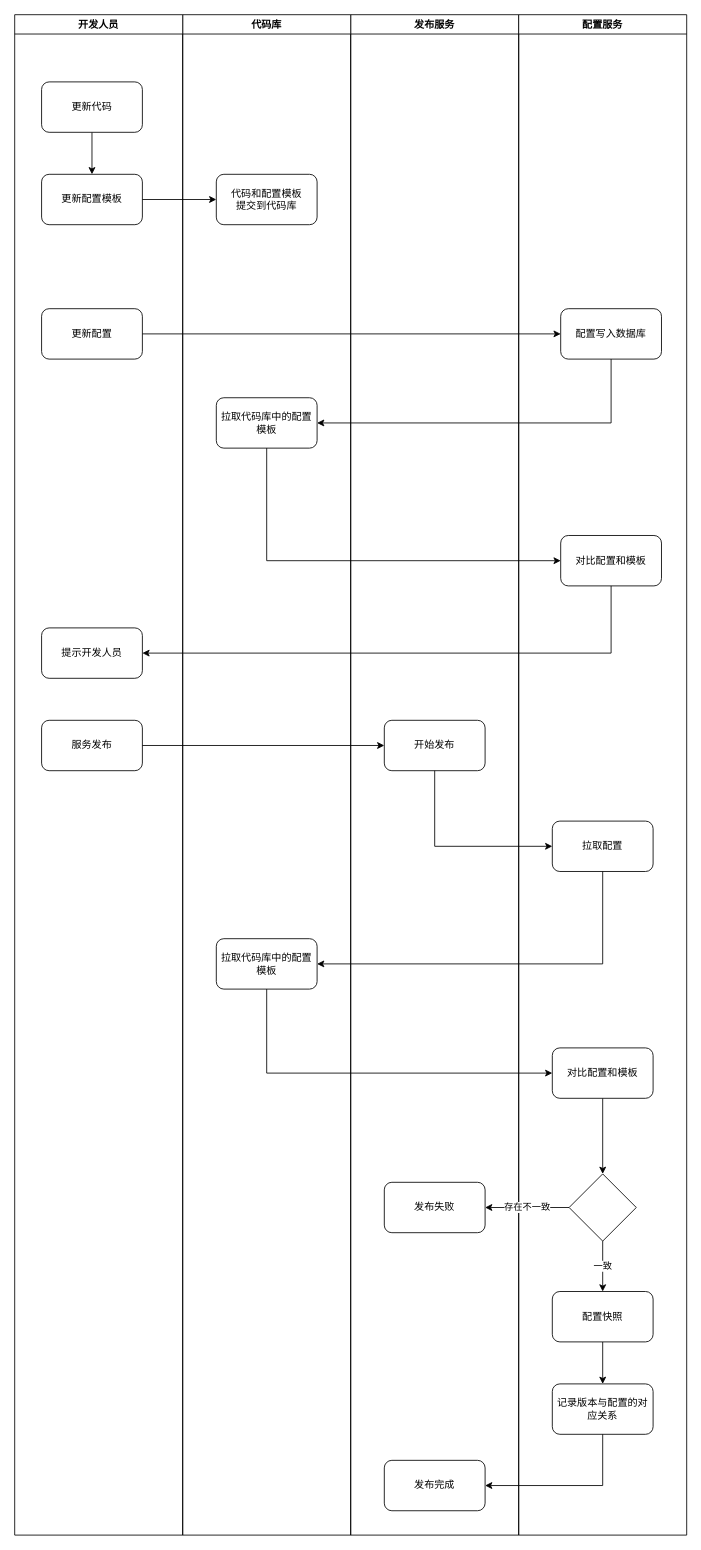
Earlier version of the draw.io diagram page "第 8 页" (8 of 8) of eda_platform.drawio (kwhitestone/drawio). Source tidied: cells renumbered, new cells numbered last; positions are measured from the earlier drawing's top-left corner, leaving out a move shared by most shapes. Both pictures are drawn from the tidied source at 84%, with x=0, y=0 at pixel (14, 14).
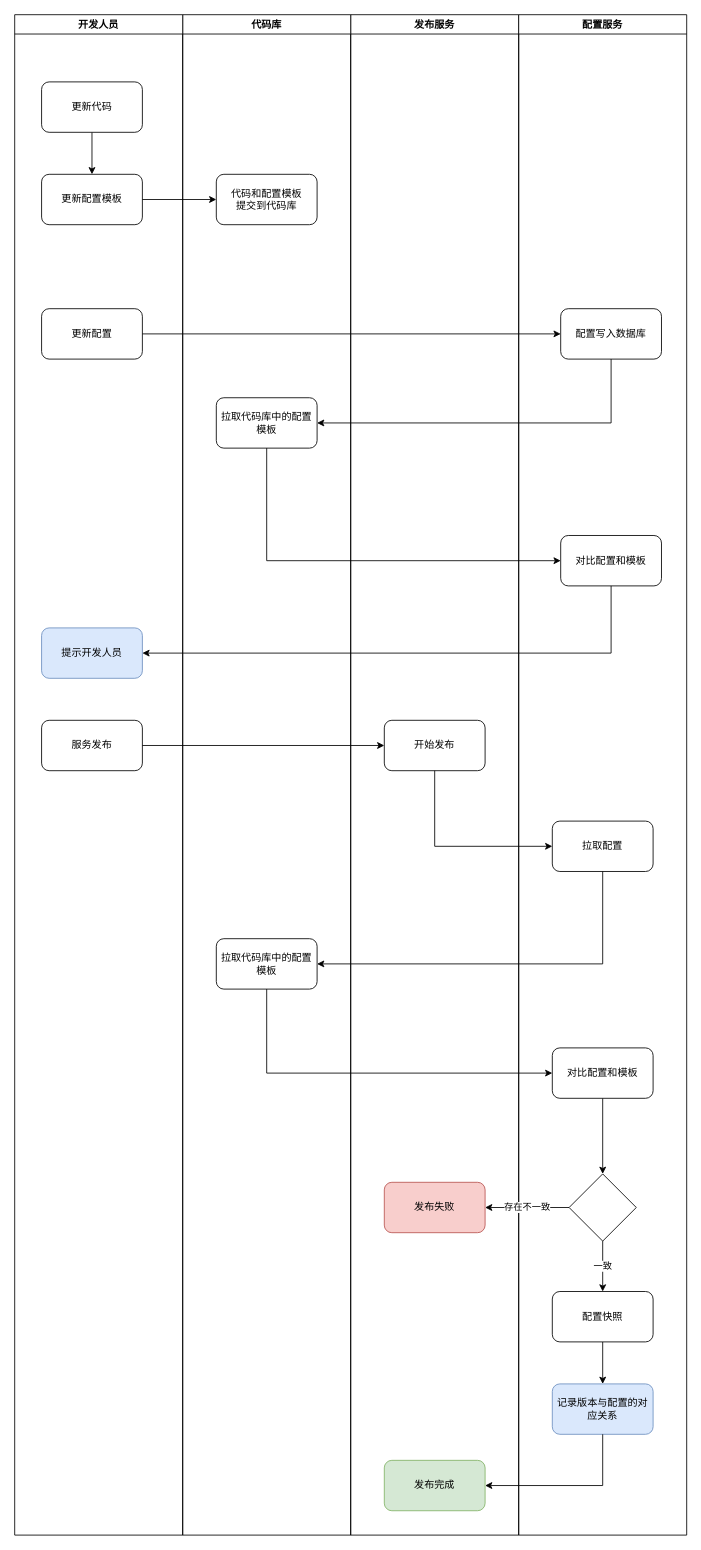
The same page after the edit.

Unchanged cells that the change refers to:
```xml
<mxCell id="2" value="发布服务" style="swimlane;whiteSpace=wrap;html=1;startSize=23;" parent="1" vertex="1">
  <mxGeometry x="400" width="200" height="1810" as="geometry" />
</mxCell>
<mxCell id="10" value="配置服务" style="swimlane;whiteSpace=wrap;html=1;startSize=23;" parent="1" vertex="1">
  <mxGeometry x="600" width="200" height="1810" as="geometry" />
</mxCell>
<mxCell id="21" value="开发人员" style="swimlane;whiteSpace=wrap;html=1;" parent="1" vertex="1">
  <mxGeometry width="200" height="1810" as="geometry" />
</mxCell>
```

Diff of the diagram source:
```diff
@@
-    <mxCell id="4" value="发布失败" style="rounded=1;whiteSpace=wrap;html=1;" parent="2" vertex="1">
+    <mxCell id="4" value="发布失败" style="rounded=1;whiteSpace=wrap;html=1;fillColor=#f8cecc;strokeColor=#b85450;" parent="2" vertex="1">
       <mxGeometry x="40" y="1390" width="120" height="60" as="geometry" />
     </mxCell>
-    <mxCell id="5" value="发布完成" style="rounded=1;whiteSpace=wrap;html=1;" parent="2" vertex="1">
+    <mxCell id="5" value="发布完成" style="rounded=1;whiteSpace=wrap;html=1;fillColor=#d5e8d4;strokeColor=#82b366;" parent="2" vertex="1">
       <mxGeometry x="40" y="1721" width="120" height="60" as="geometry" />
     </mxCell>
@@
-    <mxCell id="16" value="记录版本与配置的对应关系" style="rounded=1;whiteSpace=wrap;html=1;" parent="10" vertex="1">
+    <mxCell id="16" value="记录版本与配置的对应关系" style="rounded=1;whiteSpace=wrap;html=1;fillColor=#dae8fc;strokeColor=#6c8ebf;" parent="10" vertex="1">
       <mxGeometry x="40" y="1630" width="120" height="60" as="geometry" />
     </mxCell>
@@
-    <mxCell id="26" value="提示开发人员" style="rounded=1;whiteSpace=wrap;html=1;" parent="21" vertex="1">
+    <mxCell id="26" value="提示开发人员" style="rounded=1;whiteSpace=wrap;html=1;fillColor=#dae8fc;strokeColor=#6c8ebf;" parent="21" vertex="1">
       <mxGeometry x="32" y="730" width="120" height="60" as="geometry" />
     </mxCell>
```
